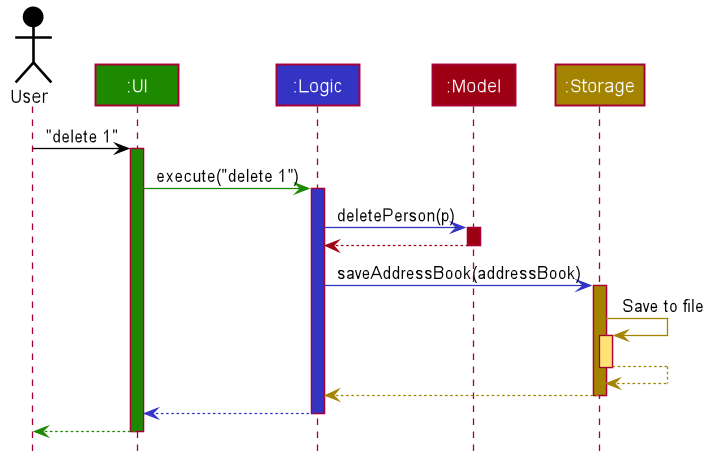
nus-cs2103-AY2223S2/tp keeps this PlantUML diagram as docs/images/ArchitectureSequenceDiagram.png. Above is the earlier version.
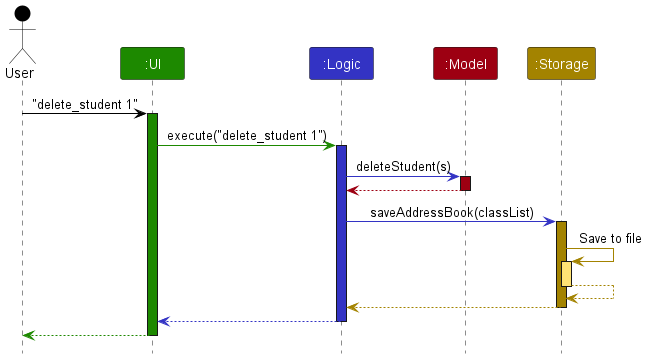
Above is the later version.

Diff of the diagram source:
```diff
@@ -1,85 +1,38 @@
 @startuml
+!include style.puml
 
+Actor User as user USER_COLOR
+Participant ":UI" as ui UI_COLOR
+Participant ":Logic" as logic LOGIC_COLOR
+Participant ":Model" as model MODEL_COLOR
+Participant ":Storage" as storage STORAGE_COLOR
 
+user -[USER_COLOR]> ui : "delete_student 1"
+activate ui UI_COLOR
 
+ui -[UI_COLOR]> logic : execute("delete_student 1")
+activate logic LOGIC_COLOR
 
+logic -[LOGIC_COLOR]> model : deleteStudent(s)
+activate model MODEL_COLOR
 
-
-
-
-skinparam BackgroundColor #FFFFFFF
-
-skinparam Shadowing false
-
-skinparam Class {
-    FontColor #FFFFFF
-    BorderThickness 1
-    BorderColor #FFFFFF
-    StereotypeFontColor #FFFFFF
-    FontName Arial
-}
-
-skinparam Actor {
-    BorderColor #000000
-    Color #000000
-    FontName Arial
-}
-
-skinparam Sequence {
-    MessageAlign center
-    BoxFontSize 15
-    BoxPadding 0
-    BoxFontColor #FFFFFF
-    FontName Arial
-}
-
-skinparam Participant {
-    FontColor #FFFFFFF
-    Padding 20
-}
-
-skinparam MinClassWidth 50
-skinparam ParticipantPadding 10
-skinparam Shadowing false
-skinparam DefaultTextAlignment center
-skinparam packageStyle Rectangle
-
-hide footbox
-hide members
-hide circle
-
-Actor User as user #000000
-Participant ":UI" as ui #1D8900
-Participant ":Logic" as logic #3333C4
-Participant ":Model" as model #9D0012
-Participant ":Storage" as storage #A38300
-
-user -[#000000]> ui : "delete 1"
-activate ui #1D8900
-
-ui -[#1D8900]> logic : execute("delete 1")
-activate logic #3333C4
-
-logic -[#3333C4]> model : deletePerson(p)
-activate model #9D0012
-
-model -[#9D0012]-> logic
+model -[MODEL_COLOR]-> logic
 deactivate model
 
-logic -[#3333C4]> storage : saveAddressBook(addressBook)
-activate storage #A38300
+logic -[LOGIC_COLOR]> storage : saveAddressBook(classList)
+activate storage STORAGE_COLOR
 
-storage -[#A38300]> storage : Save to file
-activate storage #FFE374
-storage --[#A38300]> storage
+storage -[STORAGE_COLOR]> storage : Save to file
+activate storage STORAGE_COLOR_T1
+storage --[STORAGE_COLOR]> storage
 deactivate storage
 
-storage --[#A38300]> logic
+storage --[STORAGE_COLOR]> logic
 deactivate storage
 
-logic --[#3333C4]> ui
+logic --[LOGIC_COLOR]> ui
 deactivate logic
 
-ui--[#1D8900]> user
+ui--[UI_COLOR]> user
 deactivate ui
 @enduml
```
